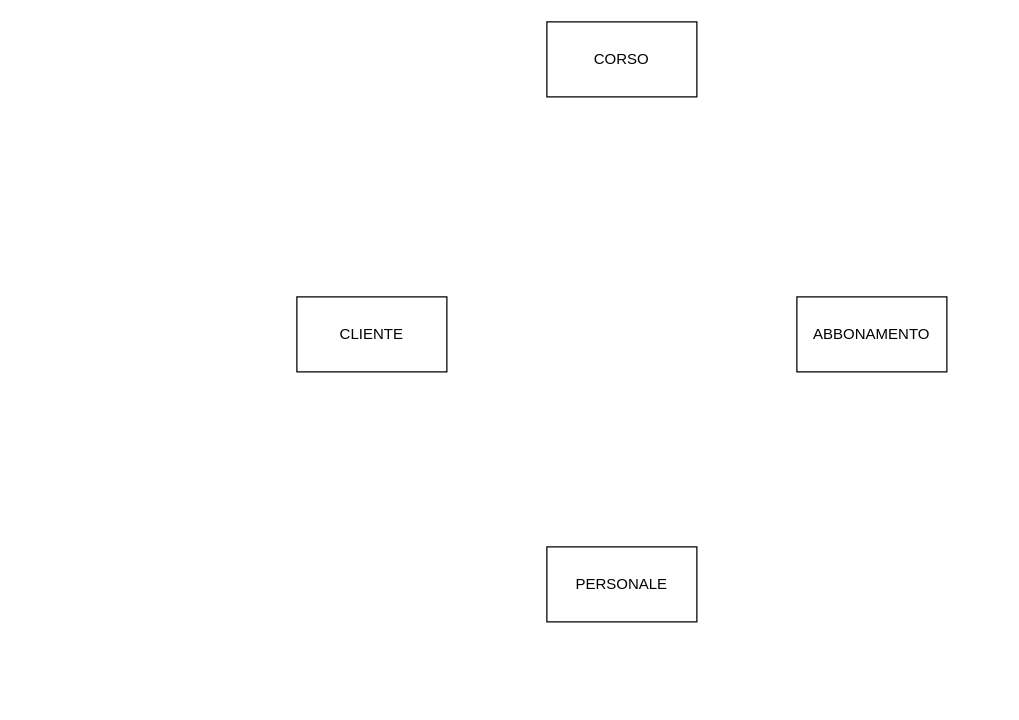
The draw.io diagram CentroSportivo.drawio in alexbnls/BasiDati, before the edit. Source tidied: cells renumbered, new cells numbered last; positions are measured from the earlier drawing's top-left corner, leaving out a move shared by most shapes. Both pictures are drawn from the tidied source at 125%, with x=0, y=0 at pixel (296, 21).
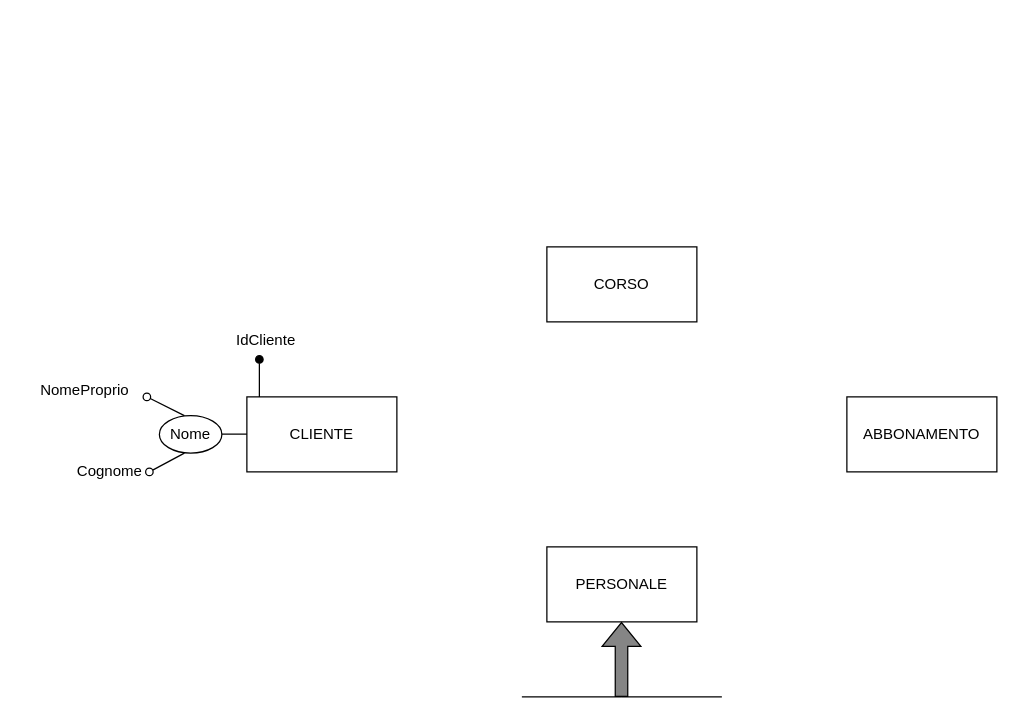
The same diagram, later.

The edit, as a diff of the source:
```diff
@@
     <mxCell id="2" value="CLIENTE" style="rounded=0;whiteSpace=wrap;html=1;" parent="1" vertex="1">
-      <mxGeometry y="220" width="120" height="60" as="geometry" />
+      <mxGeometry x="-40" y="300" width="120" height="60" as="geometry" />
     </mxCell>
     <mxCell id="3" value="&lt;div&gt;ABBONAMENTO&lt;/div&gt;" style="rounded=0;whiteSpace=wrap;html=1;" parent="1" vertex="1">
-      <mxGeometry x="400" y="220" width="120" height="60" as="geometry" />
+      <mxGeometry x="440" y="300" width="120" height="60" as="geometry" />
     </mxCell>
     <mxCell id="4" value="&lt;div&gt;CORSO&lt;/div&gt;" style="rounded=0;whiteSpace=wrap;html=1;" parent="1" vertex="1">
-      <mxGeometry x="200" width="120" height="60" as="geometry" />
+      <mxGeometry x="200" y="180" width="120" height="60" as="geometry" />
     </mxCell>
@@
+    <mxCell id="6" style="shape=flexArrow;endArrow=classic;html=1;rounded=0;fillColor=#858585;fillStyle=auto;strokeColor=default;gradientColor=none;" parent="1" edge="1">
+      <mxGeometry relative="1" as="geometry">
+        <mxPoint x="259.7" y="540" as="sourcePoint" />
+        <mxPoint x="259.7" y="480" as="targetPoint" />
+      </mxGeometry>
+    </mxCell>
+    <mxCell id="7" style="endArrow=none;html=1;rounded=0;" parent="1" edge="1">
+      <mxGeometry relative="1" as="geometry">
+        <mxPoint x="180" y="540" as="sourcePoint" />
+        <mxPoint x="260" y="540" as="targetPoint" />
+      </mxGeometry>
+    </mxCell>
+    <mxCell id="8" style="endArrow=none;html=1;rounded=0;" parent="1" edge="1">
+      <mxGeometry relative="1" as="geometry">
+        <mxPoint x="260" y="540" as="sourcePoint" />
+        <mxPoint x="340" y="540" as="targetPoint" />
+      </mxGeometry>
+    </mxCell>
+    <mxCell id="9" style="endArrow=oval;html=1;rounded=1;curved=0;strokeColor=default;strokeWidth=1;jumpStyle=none;endFill=1;" parent="1" edge="1">
+      <mxGeometry relative="1" as="geometry">
+        <mxPoint x="-30" y="300" as="sourcePoint" />
+        <mxPoint x="-30" y="270" as="targetPoint" />
+      </mxGeometry>
+    </mxCell>
+    <mxCell id="10" value="&lt;div&gt;IdCliente&lt;/div&gt;" style="text;html=1;align=center;verticalAlign=middle;strokeColor=none;fillColor=none;" parent="1" vertex="1">
+      <mxGeometry x="-60" y="240" width="70" height="30" as="geometry" />
+    </mxCell>
+    <mxCell id="11" style="endArrow=oval;html=1;rounded=1;curved=0;strokeColor=default;strokeWidth=1;jumpStyle=none;endFill=0;" parent="1" edge="1">
+      <mxGeometry relative="1" as="geometry">
+        <mxPoint x="-40" y="329.8" as="sourcePoint" />
+        <mxPoint x="-70" y="329.8" as="targetPoint" />
+      </mxGeometry>
+    </mxCell>
+    <mxCell id="12" value="Nome" style="ellipse;whiteSpace=wrap;html=1;" parent="1" vertex="1">
+      <mxGeometry x="-110" y="315" width="50" height="30" as="geometry" />
+    </mxCell>
+    <mxCell id="13" style="endArrow=oval;html=1;rounded=1;curved=0;strokeColor=default;strokeWidth=1;jumpStyle=none;endFill=0;" parent="1" edge="1">
+      <mxGeometry relative="1" as="geometry">
+        <mxPoint x="-90" y="315" as="sourcePoint" />
+        <mxPoint x="-120" y="300" as="targetPoint" />
+      </mxGeometry>
+    </mxCell>
+    <mxCell id="14" value="NomeProprio" style="text;html=1;align=center;verticalAlign=middle;strokeColor=none;fillColor=none;" parent="1" vertex="1">
+      <mxGeometry x="-220" y="280" width="100" height="30" as="geometry" />
+    </mxCell>
+    <mxCell id="15" style="endArrow=oval;html=1;rounded=1;curved=0;strokeColor=default;strokeWidth=1;jumpStyle=none;endFill=0;" parent="1" edge="1">
+      <mxGeometry relative="1" as="geometry">
+        <mxPoint x="-90" y="345" as="sourcePoint" />
+        <mxPoint x="-118" y="360" as="targetPoint" />
+      </mxGeometry>
+    </mxCell>
+    <mxCell id="16" value="Cognome" style="text;html=1;align=center;verticalAlign=middle;strokeColor=none;fillColor=none;" parent="1" vertex="1">
+      <mxGeometry x="-190" y="345" width="80" height="30" as="geometry" />
+    </mxCell>
```
